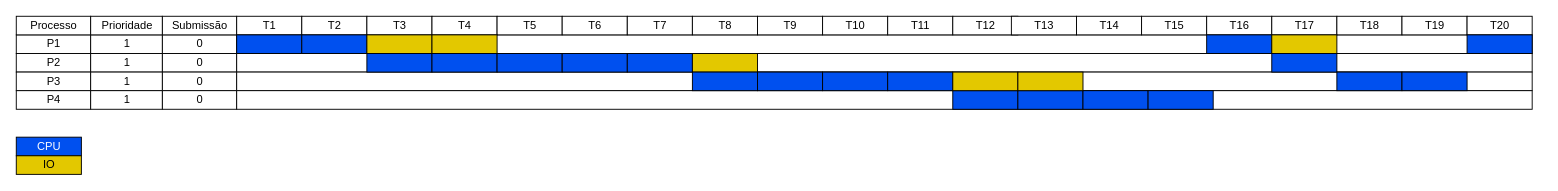
Before: page "FIFO-Multi" (2 of 9) of Lab4/GrantChart.drawio in Victor-Briganti/SistemasOperacionais, a draw.io diagram. Source tidied: cells renumbered, new cells numbered last; positions are measured from the earlier drawing's top-left corner, leaving out a move shared by most shapes. Both pictures are drawn from the tidied source at 93%, with x=0, y=0 at pixel (16, 16).
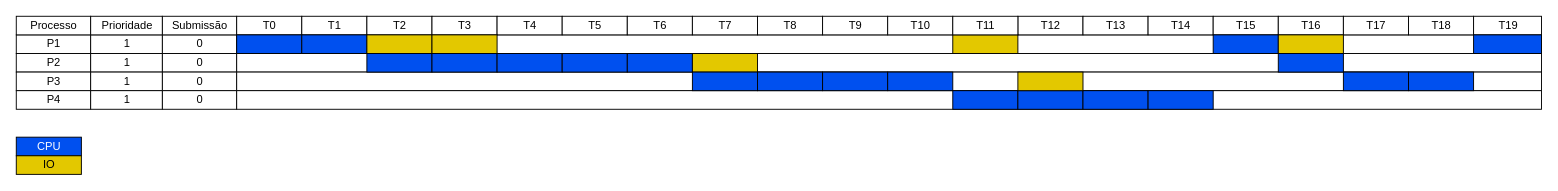
Above is the later version.

What changed in the source:
```diff
@@
     <mxCell id="7" style="align=left;strokeColor=#000000;html=1;" parent="1" vertex="1">
-      <mxGeometry x="237" y="20" width="1393" height="20" as="geometry" />
+      <mxGeometry x="237" y="20" width="1403" height="20" as="geometry" />
     </mxCell>
-    <mxCell id="8" value="T1" style="strokeWidth=1;fontStyle=0;html=1;" parent="1" vertex="1">
+    <mxCell id="8" value="T0" style="strokeWidth=1;fontStyle=0;html=1;" parent="1" vertex="1">
       <mxGeometry x="237" width="70" height="20" as="geometry" />
     </mxCell>
-    <mxCell id="9" value="T2" style="strokeWidth=1;fontStyle=0;html=1;" parent="1" vertex="1">
+    <mxCell id="9" value="T1" style="strokeWidth=1;fontStyle=0;html=1;" parent="1" vertex="1">
       <mxGeometry x="307" width="70" height="20" as="geometry" />
     </mxCell>
-    <mxCell id="10" value="T3" style="strokeWidth=1;fontStyle=0;html=1;" parent="1" vertex="1">
+    <mxCell id="10" value="T2" style="strokeWidth=1;fontStyle=0;html=1;" parent="1" vertex="1">
       <mxGeometry x="377" width="70" height="20" as="geometry" />
     </mxCell>
-    <mxCell id="11" value="T4" style="strokeWidth=1;fontStyle=0;html=1;" parent="1" vertex="1">
+    <mxCell id="11" value="T3" style="strokeWidth=1;fontStyle=0;html=1;" parent="1" vertex="1">
       <mxGeometry x="447" width="70" height="20" as="geometry" />
     </mxCell>
-    <mxCell id="12" value="T5" style="strokeWidth=1;fontStyle=0;html=1;" parent="1" vertex="1">
+    <mxCell id="12" value="T4" style="strokeWidth=1;fontStyle=0;html=1;" parent="1" vertex="1">
       <mxGeometry x="517" width="70" height="20" as="geometry" />
     </mxCell>
-    <mxCell id="13" value="T6" style="strokeWidth=1;fontStyle=0;html=1;" parent="1" vertex="1">
+    <mxCell id="13" value="T5" style="strokeWidth=1;fontStyle=0;html=1;" parent="1" vertex="1">
       <mxGeometry x="587" width="70" height="20" as="geometry" />
     </mxCell>
-    <mxCell id="14" value="T7" style="strokeWidth=1;fontStyle=0;html=1;" parent="1" vertex="1">
+    <mxCell id="14" value="T6" style="strokeWidth=1;fontStyle=0;html=1;" parent="1" vertex="1">
       <mxGeometry x="657" width="70" height="20" as="geometry" />
     </mxCell>
-    <mxCell id="15" value="T8" style="strokeWidth=1;fontStyle=0;html=1;" parent="1" vertex="1">
+    <mxCell id="15" value="T7" style="strokeWidth=1;fontStyle=0;html=1;" parent="1" vertex="1">
       <mxGeometry x="727" width="70" height="20" as="geometry" />
     </mxCell>
-    <mxCell id="16" value="T9" style="strokeWidth=1;fontStyle=0;html=1;" parent="1" vertex="1">
+    <mxCell id="16" value="T8" style="strokeWidth=1;fontStyle=0;html=1;" parent="1" vertex="1">
       <mxGeometry x="797" width="70" height="20" as="geometry" />
     </mxCell>
-    <mxCell id="17" value="T10" style="strokeWidth=1;fontStyle=0;html=1;" parent="1" vertex="1">
+    <mxCell id="17" value="T9" style="strokeWidth=1;fontStyle=0;html=1;" parent="1" vertex="1">
       <mxGeometry x="867" width="70" height="20" as="geometry" />
     </mxCell>
-    <mxCell id="18" value="T11" style="strokeWidth=1;fontStyle=0;html=1;" parent="1" vertex="1">
+    <mxCell id="18" value="T10" style="strokeWidth=1;fontStyle=0;html=1;" parent="1" vertex="1">
       <mxGeometry x="937" width="70" height="20" as="geometry" />
     </mxCell>
-    <mxCell id="19" value="T12" style="strokeWidth=1;fontStyle=0;html=1;" parent="1" vertex="1">
-      <mxGeometry x="1007" width="70" height="20" as="geometry" />
-    </mxCell>
     <mxCell id="20" style="align=left;strokeColor=#000000;html=1;" parent="1" vertex="1">
-      <mxGeometry x="237" y="40" width="1393" height="20" as="geometry" />
+      <mxGeometry x="237" y="40" width="1403" height="20" as="geometry" />
     </mxCell>
     <mxCell id="21" style="align=left;strokeColor=#000000;html=1;" parent="1" vertex="1">
-      <mxGeometry x="237" y="60" width="1393" height="20" as="geometry" />
+      <mxGeometry x="237" y="60" width="1403" height="20" as="geometry" />
     </mxCell>
     <mxCell id="22" style="align=left;strokeColor=#000000;html=1;" parent="1" vertex="1">
-      <mxGeometry x="237" y="80" width="1393" height="20" as="geometry" />
+      <mxGeometry x="237" y="80" width="1403" height="20" as="geometry" />
     </mxCell>
@@
-    <mxCell id="33" value="T13" style="strokeWidth=1;fontStyle=0;html=1;" parent="1" vertex="1">
-      <mxGeometry x="1070" width="70" height="20" as="geometry" />
+    <mxCell id="33" value="T12" style="strokeWidth=1;fontStyle=0;html=1;" parent="1" vertex="1">
+      <mxGeometry x="1077" width="70" height="20" as="geometry" />
     </mxCell>
-    <mxCell id="34" value="T14" style="strokeWidth=1;fontStyle=0;html=1;" parent="1" vertex="1">
-      <mxGeometry x="1140" width="70" height="20" as="geometry" />
+    <mxCell id="34" value="T13" style="strokeWidth=1;fontStyle=0;html=1;" parent="1" vertex="1">
+      <mxGeometry x="1147" width="70" height="20" as="geometry" />
     </mxCell>
-    <mxCell id="35" value="T15" style="strokeWidth=1;fontStyle=0;html=1;" parent="1" vertex="1">
-      <mxGeometry x="1210" width="70" height="20" as="geometry" />
+    <mxCell id="35" value="T14" style="strokeWidth=1;fontStyle=0;html=1;" parent="1" vertex="1">
+      <mxGeometry x="1217" width="70" height="20" as="geometry" />
     </mxCell>
-    <mxCell id="36" value="T16" style="strokeWidth=1;fontStyle=0;html=1;" parent="1" vertex="1">
-      <mxGeometry x="1280" width="70" height="20" as="geometry" />
+    <mxCell id="36" value="T15" style="strokeWidth=1;fontStyle=0;html=1;" parent="1" vertex="1">
+      <mxGeometry x="1287" width="70" height="20" as="geometry" />
     </mxCell>
-    <mxCell id="37" value="T17" style="strokeWidth=1;fontStyle=0;html=1;" parent="1" vertex="1">
-      <mxGeometry x="1350" width="70" height="20" as="geometry" />
+    <mxCell id="37" value="T16" style="strokeWidth=1;fontStyle=0;html=1;" parent="1" vertex="1">
+      <mxGeometry x="1357" width="70" height="20" as="geometry" />
     </mxCell>
-    <mxCell id="38" value="T18" style="strokeWidth=1;fontStyle=0;html=1;" parent="1" vertex="1">
-      <mxGeometry x="1420" width="70" height="20" as="geometry" />
+    <mxCell id="38" value="T17" style="strokeWidth=1;fontStyle=0;html=1;" parent="1" vertex="1">
+      <mxGeometry x="1427" width="70" height="20" as="geometry" />
     </mxCell>
-    <mxCell id="39" value="T19" style="strokeWidth=1;fontStyle=0;html=1;" parent="1" vertex="1">
-      <mxGeometry x="1490" width="70" height="20" as="geometry" />
+    <mxCell id="39" value="T18" style="strokeWidth=1;fontStyle=0;html=1;" parent="1" vertex="1">
+      <mxGeometry x="1497" width="70" height="20" as="geometry" />
     </mxCell>
-    <mxCell id="40" value="T20" style="strokeWidth=1;fontStyle=0;html=1;" parent="1" vertex="1">
-      <mxGeometry x="1560" width="70" height="20" as="geometry" />
+    <mxCell id="40" value="T19" style="strokeWidth=1;fontStyle=0;html=1;" parent="1" vertex="1">
+      <mxGeometry x="1567" width="73" height="20" as="geometry" />
     </mxCell>
@@
     <mxCell id="59" style="strokeWidth=1;fontStyle=0;html=1;fillColor=#e3c800;fontColor=#000000;strokeColor=#000000;" parent="1" vertex="1">
-      <mxGeometry x="1007" y="60" width="70" height="20" as="geometry" />
+      <mxGeometry x="1007" y="20" width="70" height="20" as="geometry" />
     </mxCell>
@@
     <mxCell id="61" style="strokeWidth=1;fontStyle=0;html=1;fillColor=#0050ef;fontColor=#ffffff;strokeColor=#000000;" parent="1" vertex="1">
-      <mxGeometry x="1280" y="20" width="70" height="20" as="geometry" />
+      <mxGeometry x="1287" y="20" width="70" height="20" as="geometry" />
     </mxCell>
     <mxCell id="62" style="strokeWidth=1;fontStyle=0;html=1;fillColor=#e3c800;fontColor=#000000;strokeColor=#000000;" parent="1" vertex="1">
-      <mxGeometry x="1350" y="20" width="70" height="20" as="geometry" />
+      <mxGeometry x="1357" y="20" width="70" height="20" as="geometry" />
     </mxCell>
     <mxCell id="63" style="strokeWidth=1;fontStyle=0;html=1;fillColor=#0050ef;fontColor=#ffffff;strokeColor=#000000;" parent="1" vertex="1">
-      <mxGeometry x="1350" y="40" width="70" height="20" as="geometry" />
+      <mxGeometry x="1357" y="40" width="70" height="20" as="geometry" />
     </mxCell>
     <mxCell id="64" style="strokeWidth=1;fontStyle=0;html=1;fillColor=#0050ef;fontColor=#ffffff;strokeColor=#000000;" parent="1" vertex="1">
-      <mxGeometry x="1420" y="60" width="70" height="20" as="geometry" />
+      <mxGeometry x="1427" y="60" width="70" height="20" as="geometry" />
     </mxCell>
     <mxCell id="65" style="strokeWidth=1;fontStyle=0;html=1;fillColor=#0050ef;fontColor=#ffffff;strokeColor=#000000;" parent="1" vertex="1">
-      <mxGeometry x="1490" y="60" width="70" height="20" as="geometry" />
+      <mxGeometry x="1497" y="60" width="70" height="20" as="geometry" />
     </mxCell>
-    <mxCell id="66" style="strokeWidth=1;fontStyle=0;html=1;fillColor=#0050ef;fontColor=#ffffff;strokeColor=#000000;" parent="1" vertex="1">
-      <mxGeometry x="1560" y="20" width="70" height="20" as="geometry" />
-    </mxCell>
@@
+    <mxCell id="69" value="T11" style="strokeWidth=1;fontStyle=0;html=1;" parent="1" vertex="1">
+      <mxGeometry x="1007" width="70" height="20" as="geometry" />
+    </mxCell>
+    <mxCell id="70" style="strokeWidth=1;fontStyle=0;html=1;fillColor=#0050ef;fontColor=#ffffff;strokeColor=#000000;" parent="1" vertex="1">
+      <mxGeometry x="1567" y="20" width="73" height="20" as="geometry" />
+    </mxCell>
```
